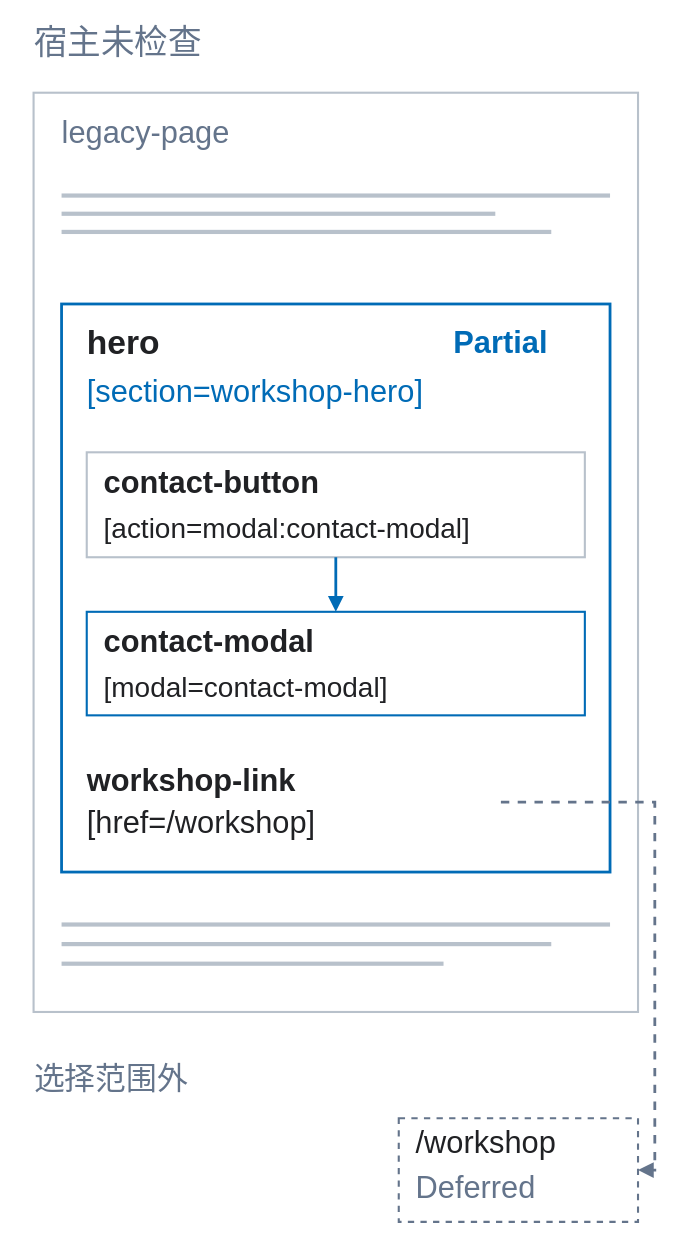
The draw.io diagram assets/tutorial/diagrams/scope-zh.svg in Poliklot/dfc-bridge, before a commit. Source tidied: cells renumbered, new cells last; positions are measured from the earlier drawing's top-left corner, leaving out a move shared by most shapes.
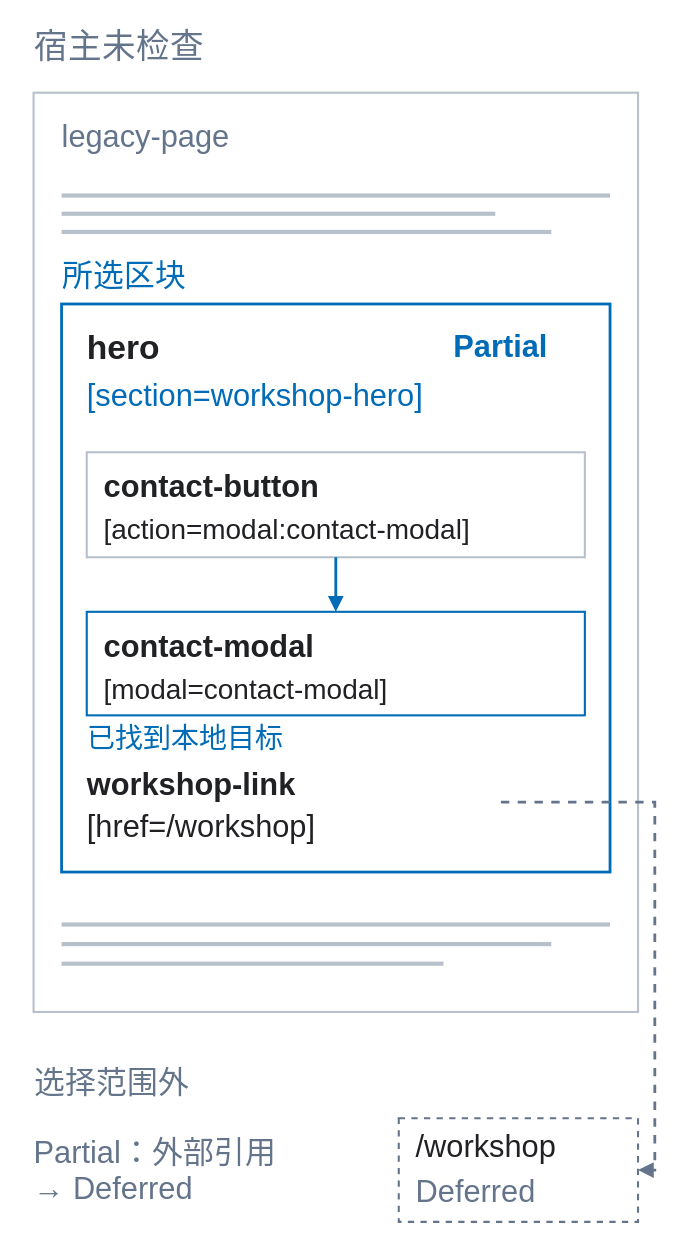
The same file after the commit.

Diff of the diagram source:
```diff
@@ -5,13 +5,13 @@
     <mxCell id="2" style="rounded=0;arcSize=5;fillColor=#FFFFFF;strokeColor=none;strokeWidth=1.5;dashed=0;" parent="1" vertex="1">
       <mxGeometry width="480" height="894" as="geometry" />
     </mxCell>
-    <mxCell id="3" value="宿主未检查" style="shape=text;whiteSpace=wrap;html=0;fillColor=none;strokeColor=none;fontFamily=Arial;fontSize=24;fontColor=#64748B;fontStyle=0;align=left;verticalAlign=middle;spacing=0;overflow=visible;" parent="1" vertex="1">
+    <mxCell id="3" value="宿主未检查" style="shape=text;whiteSpace=nowrap;html=0;fillColor=none;strokeColor=none;fontFamily=Arial;fontSize=24;fontColor=#64748B;fontStyle=0;align=left;verticalAlign=middle;spacing=0;overflow=visible;" parent="1" vertex="1">
       <mxGeometry x="24" y="12" width="432" height="36" as="geometry" />
     </mxCell>
     <mxCell id="4" style="rounded=0;arcSize=5;fillColor=#FFFFFF;strokeColor=#B8C1CB;strokeWidth=1.5;dashed=0;" parent="1" vertex="1">
       <mxGeometry x="24" y="66" width="432" height="657" as="geometry" />
     </mxCell>
-    <mxCell id="5" value="legacy-page" style="shape=text;whiteSpace=wrap;html=0;fillColor=none;strokeColor=none;fontFamily=Arial;fontSize=22;fontColor=#64748B;fontStyle=0;align=left;verticalAlign=middle;spacing=0;overflow=visible;" parent="4" vertex="1">
+    <mxCell id="5" value="legacy-page" style="shape=text;whiteSpace=nowrap;html=0;fillColor=none;strokeColor=none;fontFamily=Arial;fontSize=22;fontColor=#64748B;fontStyle=0;align=left;verticalAlign=middle;spacing=0;overflow=visible;" parent="4" vertex="1">
       <mxGeometry x="20" y="13" width="392" height="32" as="geometry" />
     </mxCell>
     <mxCell id="6" style="rounded=0;arcSize=5;fillColor=#B8C1CB;strokeColor=none;strokeWidth=1.5;dashed=0;" parent="4" vertex="1">
@@ -26,73 +26,82 @@
     <mxCell id="9" style="rounded=0;arcSize=5;fillColor=#FFFFFF;strokeColor=#006BB6;strokeWidth=2;dashed=0;" parent="4" vertex="1">
       <mxGeometry x="20" y="151" width="392" height="406" as="geometry" />
     </mxCell>
-    <mxCell id="10" value="hero" style="shape=text;whiteSpace=wrap;html=0;fillColor=none;strokeColor=none;fontFamily=Arial;fontSize=24;fontColor=#202124;fontStyle=1;align=left;verticalAlign=middle;spacing=0;overflow=visible;" parent="9" vertex="1">
+    <mxCell id="10" value="hero" style="shape=text;whiteSpace=nowrap;html=0;fillColor=none;strokeColor=none;fontFamily=Arial;fontSize=24;fontColor=#202124;fontStyle=1;align=left;verticalAlign=middle;spacing=0;overflow=visible;" parent="9" vertex="1">
       <mxGeometry x="18" y="13" width="240" height="30" as="geometry" />
     </mxCell>
-    <mxCell id="11" value="Partial" style="shape=text;whiteSpace=wrap;html=0;fillColor=none;strokeColor=none;fontFamily=Arial;fontSize=22;fontColor=#006BB6;fontStyle=1;align=left;verticalAlign=middle;spacing=0;overflow=visible;" parent="9" vertex="1">
+    <mxCell id="11" value="Partial" style="shape=text;whiteSpace=nowrap;html=0;fillColor=none;strokeColor=none;fontFamily=Arial;fontSize=22;fontColor=#006BB6;fontStyle=1;align=left;verticalAlign=middle;spacing=0;overflow=visible;" parent="9" vertex="1">
       <mxGeometry x="280" y="13" width="94" height="30" as="geometry" />
     </mxCell>
-    <mxCell id="12" value="[section=workshop-hero]" style="shape=text;whiteSpace=wrap;html=0;fillColor=none;strokeColor=none;fontFamily=Arial;fontSize=22;fontColor=#006BB6;fontStyle=0;align=left;verticalAlign=middle;spacing=0;overflow=visible;" parent="9" vertex="1">
-      <mxGeometry x="18" y="47" width="356" height="32" as="geometry" />
-    </mxCell>
-    <mxCell id="13" style="rounded=0;arcSize=5;fillColor=#FFFFFF;strokeColor=#B8C1CB;strokeWidth=1.5;dashed=0;" parent="9" vertex="1">
-      <mxGeometry x="18" y="106" width="356" height="75" as="geometry" />
+    <mxCell id="13" value="[section=workshop-hero]" style="shape=text;whiteSpace=nowrap;html=0;fillColor=none;strokeColor=none;fontFamily=Arial;fontSize=22;fontColor=#006BB6;fontStyle=0;align=left;verticalAlign=middle;spacing=0;overflow=visible;" parent="9" vertex="1">
+      <mxGeometry x="18" y="47" width="356" height="32" as="geometry" />
     </mxCell>
-    <mxCell id="14" value="contact-button" style="shape=text;whiteSpace=wrap;html=0;fillColor=none;strokeColor=none;fontFamily=Arial;fontSize=22;fontColor=#202124;fontStyle=1;align=left;verticalAlign=middle;spacing=0;overflow=visible;" parent="13" vertex="1">
-      <mxGeometry x="12" y="7" width="332" height="30" as="geometry" />
+    <mxCell id="14" style="rounded=0;arcSize=5;fillColor=#FFFFFF;strokeColor=#B8C1CB;strokeWidth=1.5;dashed=0;" parent="9" vertex="1">
+      <mxGeometry x="18" y="106" width="356" height="75" as="geometry" />
     </mxCell>
-    <mxCell id="15" value="[action=modal:contact-modal]" style="shape=text;whiteSpace=wrap;html=0;fillColor=none;strokeColor=none;fontFamily=Arial;fontSize=20;fontColor=#202124;fontStyle=0;align=left;verticalAlign=middle;spacing=0;overflow=visible;" parent="13" vertex="1">
-      <mxGeometry x="12" y="38" width="332" height="30" as="geometry" />
+    <mxCell id="15" value="contact-button" style="shape=text;whiteSpace=nowrap;html=0;fillColor=none;strokeColor=none;fontFamily=Arial;fontSize=22;fontColor=#202124;fontStyle=1;align=left;verticalAlign=middle;spacing=0;overflow=visible;" parent="14" vertex="1">
+      <mxGeometry x="12" y="7" width="332" height="30" as="geometry" />
     </mxCell>
-    <mxCell id="16" style="rounded=0;arcSize=5;fillColor=#FFFFFF;strokeColor=#006BB6;strokeWidth=1.5;dashed=0;" parent="9" vertex="1">
-      <mxGeometry x="18" y="220" width="356" height="74" as="geometry" />
+    <mxCell id="16" value="[action=modal:contact-modal]" style="shape=text;whiteSpace=nowrap;html=0;fillColor=none;strokeColor=none;fontFamily=Arial;fontSize=20;fontColor=#202124;fontStyle=0;align=left;verticalAlign=middle;spacing=0;overflow=visible;" parent="14" vertex="1">
+      <mxGeometry x="12" y="38" width="332" height="30" as="geometry" />
     </mxCell>
-    <mxCell id="17" value="contact-modal" style="shape=text;whiteSpace=wrap;html=0;fillColor=none;strokeColor=none;fontFamily=Arial;fontSize=22;fontColor=#202124;fontStyle=1;align=left;verticalAlign=middle;spacing=0;overflow=visible;" parent="16" vertex="1">
-      <mxGeometry x="12" y="7" width="332" height="30" as="geometry" />
+    <mxCell id="17" style="rounded=0;arcSize=5;fillColor=#FFFFFF;strokeColor=#006BB6;strokeWidth=1.5;dashed=0;" parent="9" vertex="1">
+      <mxGeometry x="18" y="220" width="356" height="74" as="geometry" />
     </mxCell>
-    <mxCell id="18" value="[modal=contact-modal]" style="shape=text;whiteSpace=wrap;html=0;fillColor=none;strokeColor=none;fontFamily=Arial;fontSize=20;fontColor=#202124;fontStyle=0;align=left;verticalAlign=middle;spacing=0;overflow=visible;" parent="16" vertex="1">
-      <mxGeometry x="12" y="38" width="332" height="30" as="geometry" />
+    <mxCell id="18" value="contact-modal" style="shape=text;whiteSpace=nowrap;html=0;fillColor=none;strokeColor=none;fontFamily=Arial;fontSize=22;fontColor=#202124;fontStyle=1;align=left;verticalAlign=middle;spacing=0;overflow=visible;" parent="17" vertex="1">
+      <mxGeometry x="12" y="7" width="332" height="30" as="geometry" />
     </mxCell>
-    <mxCell id="19" style="edgeStyle=orthogonalEdgeStyle;rounded=0;endArrow=block;endFill=1;strokeColor=#006BB6;strokeWidth=2;dashed=0;" parent="9" edge="1" source="13" target="16">
-      <mxGeometry relative="1" as="geometry" />
+    <mxCell id="19" value="[modal=contact-modal]" style="shape=text;whiteSpace=nowrap;html=0;fillColor=none;strokeColor=none;fontFamily=Arial;fontSize=20;fontColor=#202124;fontStyle=0;align=left;verticalAlign=middle;spacing=0;overflow=visible;" parent="17" vertex="1">
+      <mxGeometry x="12" y="38" width="332" height="30" as="geometry" />
     </mxCell>
-    <mxCell id="20" style="rounded=0;arcSize=5;fillColor=#FFFFFF;strokeColor=none;strokeWidth=1.5;dashed=0;" parent="9" vertex="1">
-      <mxGeometry x="18" y="326" width="296" height="60" as="geometry" />
+    <mxCell id="20" style="edgeStyle=orthogonalEdgeStyle;rounded=0;endArrow=block;endFill=1;strokeColor=#006BB6;strokeWidth=2;dashed=0;" parent="9" edge="1" source="14" target="17">
+      <mxGeometry relative="1" as="geometry" />
     </mxCell>
-    <mxCell id="21" value="workshop-link" style="shape=text;whiteSpace=wrap;html=0;fillColor=none;strokeColor=none;fontFamily=Arial;fontSize=22;fontColor=#202124;fontStyle=1;align=left;verticalAlign=middle;spacing=0;overflow=visible;" parent="20" vertex="1">
-      <mxGeometry width="296" height="30" as="geometry" />
+    <mxCell id="21" value="已找到本地目标" style="shape=text;whiteSpace=nowrap;html=0;fillColor=none;strokeColor=none;fontFamily=Arial;fontSize=20;fontColor=#006BB6;fontStyle=0;align=left;verticalAlign=middle;spacing=0;overflow=visible;" parent="9" vertex="1">
+      <mxGeometry x="18" y="294" width="356" height="28" as="geometry" />
     </mxCell>
-    <mxCell id="22" value="[href=/workshop]" style="shape=text;whiteSpace=wrap;html=0;fillColor=none;strokeColor=none;fontFamily=Arial;fontSize=22;fontColor=#202124;fontStyle=0;align=left;verticalAlign=middle;spacing=0;overflow=visible;" parent="20" vertex="1">
-      <mxGeometry y="30" width="296" height="30" as="geometry" />
+    <mxCell id="22" style="rounded=0;arcSize=5;fillColor=#FFFFFF;strokeColor=none;strokeWidth=1.5;dashed=0;" parent="9" vertex="1">
+      <mxGeometry x="18" y="326" width="296" height="60" as="geometry" />
     </mxCell>
-    <mxCell id="23" style="rounded=0;arcSize=5;fillColor=#B8C1CB;strokeColor=none;strokeWidth=1.5;dashed=0;" parent="4" vertex="1">
-      <mxGeometry x="20" y="593" width="392" height="3" as="geometry" />
+    <mxCell id="23" value="workshop-link" style="shape=text;whiteSpace=nowrap;html=0;fillColor=none;strokeColor=none;fontFamily=Arial;fontSize=22;fontColor=#202124;fontStyle=1;align=left;verticalAlign=middle;spacing=0;overflow=visible;" parent="22" vertex="1">
+      <mxGeometry width="296" height="30" as="geometry" />
     </mxCell>
-    <mxCell id="24" style="rounded=0;arcSize=5;fillColor=#B8C1CB;strokeColor=none;strokeWidth=1.5;dashed=0;" parent="4" vertex="1">
-      <mxGeometry x="20" y="607" width="350" height="3" as="geometry" />
+    <mxCell id="24" value="[href=/workshop]" style="shape=text;whiteSpace=nowrap;html=0;fillColor=none;strokeColor=none;fontFamily=Arial;fontSize=22;fontColor=#202124;fontStyle=0;align=left;verticalAlign=middle;spacing=0;overflow=visible;" parent="22" vertex="1">
+      <mxGeometry y="30" width="296" height="30" as="geometry" />
     </mxCell>
+    <mxCell id="12" value="所选区块" style="shape=text;whiteSpace=nowrap;html=0;fillColor=none;strokeColor=none;fontFamily=Arial;fontSize=22;fontColor=#006BB6;fontStyle=0;align=left;verticalAlign=middle;spacing=0;overflow=visible;" parent="4" vertex="1">
+      <mxGeometry x="20" y="112" width="392" height="32" as="geometry" />
+    </mxCell>
     <mxCell id="25" style="rounded=0;arcSize=5;fillColor=#B8C1CB;strokeColor=none;strokeWidth=1.5;dashed=0;" parent="4" vertex="1">
-      <mxGeometry x="20" y="621" width="273" height="3" as="geometry" />
+      <mxGeometry x="20" y="593" width="392" height="3" as="geometry" />
     </mxCell>
-    <mxCell id="26" value="选择范围外" style="shape=text;whiteSpace=wrap;html=0;fillColor=none;strokeColor=none;fontFamily=Arial;fontSize=22;fontColor=#64748B;fontStyle=0;align=left;verticalAlign=middle;spacing=0;overflow=visible;" parent="1" vertex="1">
-      <mxGeometry x="24" y="754" width="260" height="34" as="geometry" />
+    <mxCell id="26" style="rounded=0;arcSize=5;fillColor=#B8C1CB;strokeColor=none;strokeWidth=1.5;dashed=0;" parent="4" vertex="1">
+      <mxGeometry x="20" y="607" width="350" height="3" as="geometry" />
     </mxCell>
-    <mxCell id="27" style="rounded=0;arcSize=5;fillColor=#FFFFFF;strokeColor=#64748B;strokeWidth=1.5;dashed=1;" parent="1" vertex="1">
-      <mxGeometry x="285" y="799" width="171" height="74" as="geometry" />
+    <mxCell id="27" style="rounded=0;arcSize=5;fillColor=#B8C1CB;strokeColor=none;strokeWidth=1.5;dashed=0;" parent="4" vertex="1">
+      <mxGeometry x="20" y="621" width="273" height="3" as="geometry" />
     </mxCell>
-    <mxCell id="28" value="/workshop" style="shape=text;whiteSpace=wrap;html=0;fillColor=none;strokeColor=none;fontFamily=Arial;fontSize=22;fontColor=#202124;fontStyle=0;align=left;verticalAlign=middle;spacing=0;overflow=visible;" parent="27" vertex="1">
-      <mxGeometry x="12" y="3" width="147" height="30" as="geometry" />
+    <mxCell id="28" value="选择范围外" style="shape=text;whiteSpace=nowrap;html=0;fillColor=none;strokeColor=none;fontFamily=Arial;fontSize=22;fontColor=#64748B;fontStyle=0;align=left;verticalAlign=middle;spacing=0;overflow=visible;" parent="1" vertex="1">
+      <mxGeometry x="24" y="754" width="260" height="34" as="geometry" />
     </mxCell>
-    <mxCell id="29" value="Deferred" style="shape=text;whiteSpace=wrap;html=0;fillColor=none;strokeColor=none;fontFamily=Arial;fontSize=22;fontColor=#64748B;fontStyle=0;align=left;verticalAlign=middle;spacing=0;overflow=visible;" parent="27" vertex="1">
-      <mxGeometry x="12" y="35" width="147" height="30" as="geometry" />
+    <mxCell id="29" value="Partial：外部引用&#10;→ Deferred" style="shape=text;whiteSpace=nowrap;html=0;fillColor=none;strokeColor=none;fontFamily=Arial;fontSize=22;fontColor=#64748B;fontStyle=0;align=left;verticalAlign=middle;spacing=0;overflow=visible;" parent="1" vertex="1">
+      <mxGeometry x="24" y="800" width="250" height="68" as="geometry" />
     </mxCell>
-    <mxCell id="30" style="edgeStyle=orthogonalEdgeStyle;rounded=0;endArrow=block;endFill=1;strokeColor=#64748B;strokeWidth=2;dashed=1;exitX=1;exitY=0.5;entryX=1;entryY=0.5;" parent="1" edge="1" source="20" target="27">
-      <mxGeometry relative="1" as="geometry">
-        <Array as="points">
-          <mxPoint x="468" y="573" />
-          <mxPoint x="468" y="836" />
-        </Array>
-      </mxGeometry>
+    <mxCell id="30" style="rounded=0;arcSize=5;fillColor=#FFFFFF;strokeColor=#64748B;strokeWidth=1.5;dashed=1;" parent="1" vertex="1">
+      <mxGeometry x="285" y="799" width="171" height="74" as="geometry" />
     </mxCell>
+    <mxCell id="31" value="/workshop" style="shape=text;whiteSpace=nowrap;html=0;fillColor=none;strokeColor=none;fontFamily=Arial;fontSize=22;fontColor=#202124;fontStyle=0;align=left;verticalAlign=middle;spacing=0;overflow=visible;" parent="30" vertex="1">
+      <mxGeometry x="12" y="3" width="147" height="30" as="geometry" />
+    </mxCell>
+    <mxCell id="32" value="Deferred" style="shape=text;whiteSpace=nowrap;html=0;fillColor=none;strokeColor=none;fontFamily=Arial;fontSize=22;fontColor=#64748B;fontStyle=0;align=left;verticalAlign=middle;spacing=0;overflow=visible;" parent="30" vertex="1">
+      <mxGeometry x="12" y="35" width="147" height="30" as="geometry" />
+    </mxCell>
+    <mxCell id="33" style="edgeStyle=orthogonalEdgeStyle;rounded=0;endArrow=block;endFill=1;strokeColor=#64748B;strokeWidth=2;dashed=1;exitX=1;exitY=0.5;entryX=1;entryY=0.5;" parent="1" edge="1" source="22" target="30">
+      <mxGeometry relative="1" as="geometry">
+        <Array as="points">
+          <mxPoint x="468" y="573" />
+          <mxPoint x="468" y="836" />
+        </Array>
+      </mxGeometry>
+    </mxCell>
   </root>
 </mxGraphModel>
```
